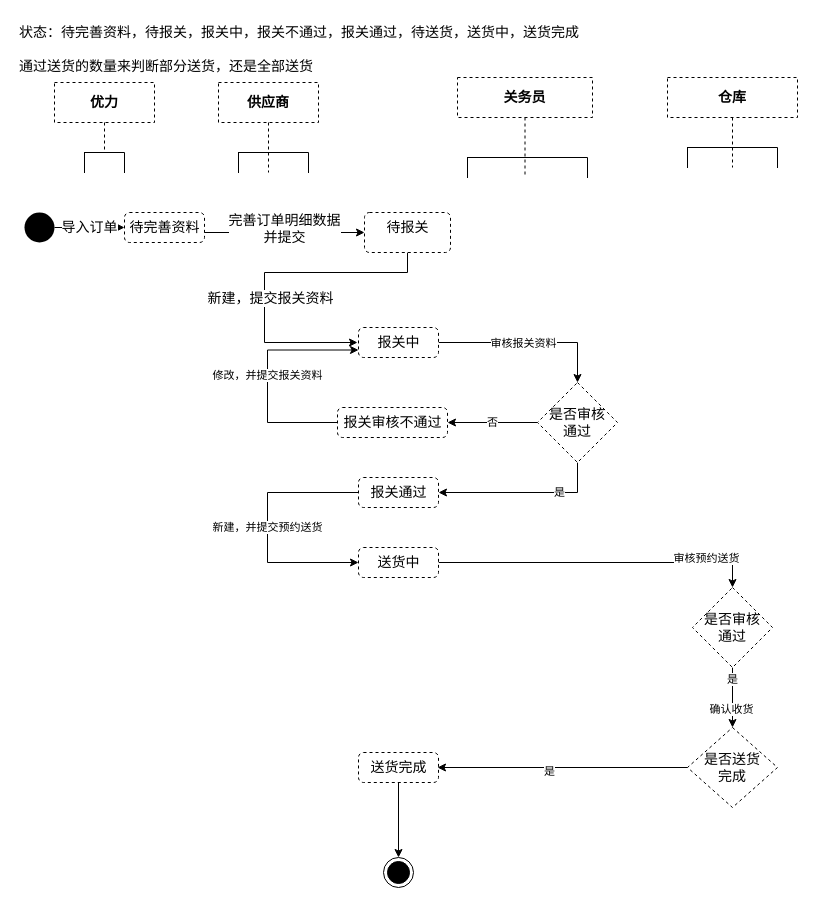
Earlier version of the draw.io diagram page "订单明细状态" (7 of 10) of shrine-doc/进区预约系统.drawio (easefulfil/CLOUDCARE). Source tidied: cells renumbered, new cells numbered last; positions are measured from the earlier drawing's top-left corner, leaving out a move shared by most shapes. Both pictures are drawn from the tidied source at 100%, with x=0, y=0 at pixel (17, 17).
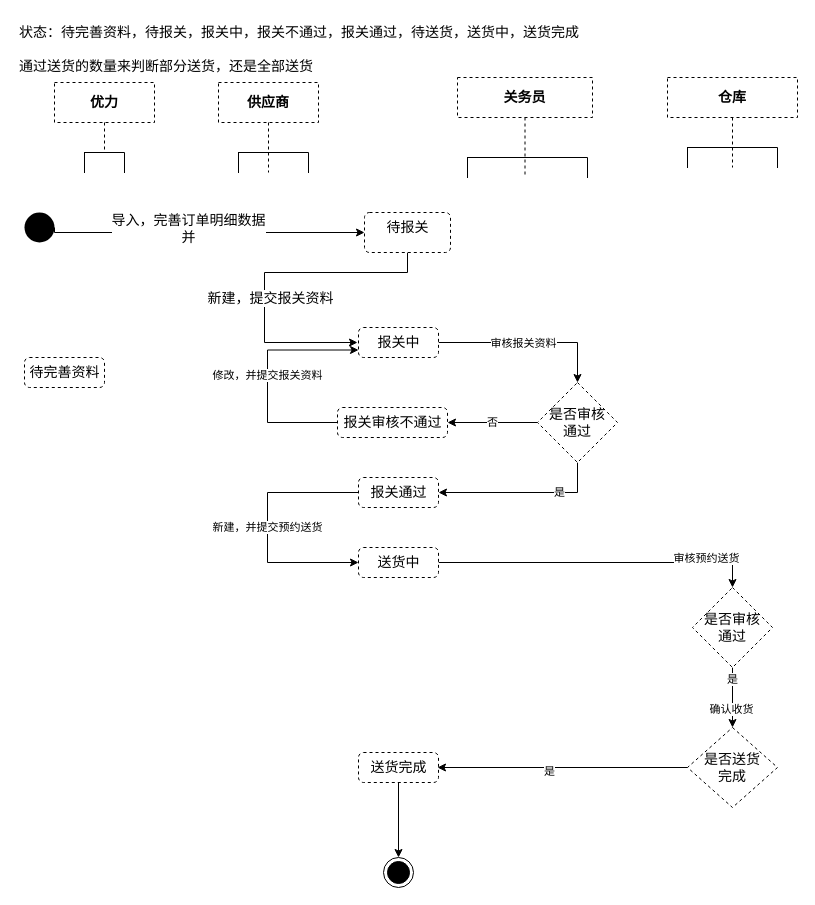
Above is the later version.

The change refers to these unchanged cells:
```xml
<mxCell id="3" style="ellipse;fillColor=#000000;strokeColor=none;dashed=1;fontSize=14;" parent="1" vertex="1">
  <mxGeometry x="7" y="195" width="30" height="30" as="geometry" />
</mxCell>
<mxCell id="9" value="待报关" style="html=1;align=center;verticalAlign=top;rounded=1;absoluteArcSize=1;arcSize=10;dashed=1;fontSize=14;" parent="1" vertex="1">
  <mxGeometry x="347" y="195" width="86" height="40" as="geometry" />
</mxCell>
```

Change to the diagram source:
```diff
@@
-    <mxCell id="2" value="导入订单" style="edgeStyle=orthogonalEdgeStyle;rounded=0;jettySize=auto;html=1;fontSize=14;" parent="1" edge="1" source="3" target="6">
-      <mxGeometry relative="1" as="geometry" />
-    </mxCell>
@@
-    <mxCell id="4" style="edgeStyle=orthogonalEdgeStyle;rounded=0;jettySize=auto;html=1;fontSize=14;" parent="1" edge="1" source="6" target="9">
+    <mxCell id="4" style="edgeStyle=orthogonalEdgeStyle;rounded=0;jettySize=auto;html=1;fontSize=14;exitX=1;exitY=0.5;exitDx=0;exitDy=0;" parent="1" edge="1" source="3" target="9">
       <mxGeometry relative="1" as="geometry">
         <Array as="points">
-          <mxPoint x="267" y="215" />
-          <mxPoint x="267" y="215" />
+          <mxPoint x="37" y="215" />
         </Array>
       </mxGeometry>
     </mxCell>
-    <mxCell id="5" value="完善订单明细数据&lt;br&gt;并提交" style="edgeLabel;html=1;align=center;verticalAlign=middle;fontSize=14;" parent="4" vertex="1">
+    <mxCell id="5" value="导入，完善订单明细数据&lt;br&gt;并" style="edgeLabel;html=1;align=center;verticalAlign=middle;fontSize=14;" parent="4" vertex="1">
       <mxGeometry x="-0.24" y="-1" relative="1" as="geometry">
         <mxPoint x="18" y="-6" as="offset" />
       </mxGeometry>
     </mxCell>
-    <mxCell id="6" value="待完善资料" style="html=1;align=center;verticalAlign=top;rounded=1;absoluteArcSize=1;arcSize=10;dashed=1;fontSize=14;" parent="1" vertex="1">
-      <mxGeometry x="107" y="195" width="80" height="30" as="geometry" />
-    </mxCell>
@@
+    <mxCell id="6" value="待完善资料" style="html=1;align=center;verticalAlign=top;rounded=1;absoluteArcSize=1;arcSize=10;dashed=1;fontSize=14;" parent="1" vertex="1">
+      <mxGeometry x="7" y="340" width="80" height="30" as="geometry" />
+    </mxCell>
```
